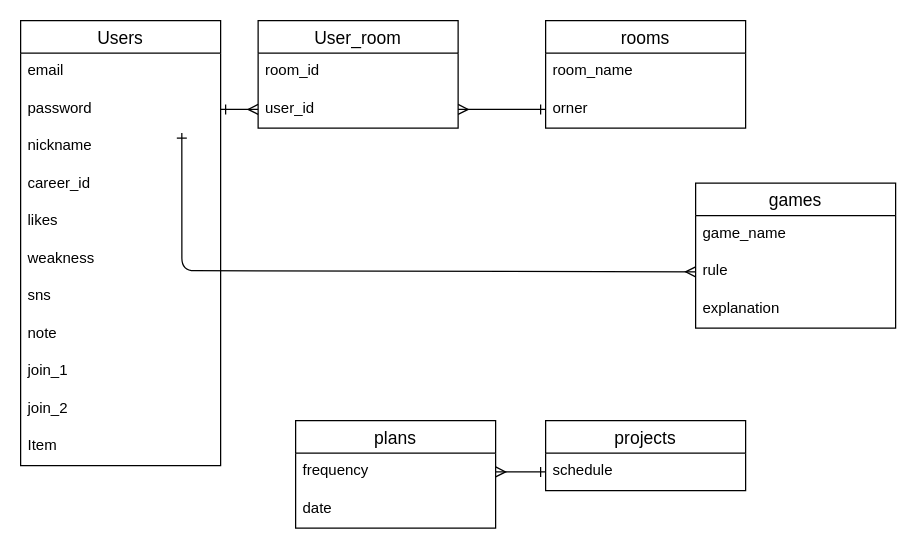
Toshiki-Ichi/bgcafe keeps this draw.io diagram as bgcafe.dio. Above is the earlier version. Source tidied: cells renumbered, new cells numbered last; positions are measured from the earlier drawing's top-left corner, leaving out a move shared by most shapes. Both pictures are drawn from the tidied source at 125%, with x=0, y=0 at pixel (20, 20).
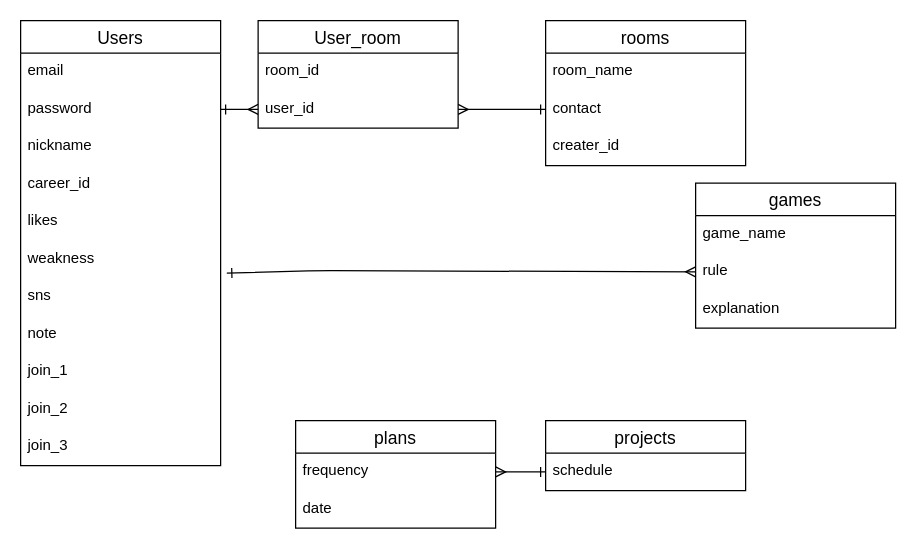
Above is the later version.

Unchanged cells that the change refers to:
```xml
<mxCell id="2" value="Users" style="swimlane;fontStyle=0;horizontal=1;startSize=26;align=center;fontSize=14;" parent="1" vertex="1">
  <mxGeometry width="160" height="356" as="geometry" />
</mxCell>
<mxCell id="4" value="password" style="text;strokeColor=none;fillColor=none;spacingLeft=4;spacingRight=4;overflow=hidden;points=[[0,0.5],[1,0.5]];portConstraint=eastwest;fontSize=12;" parent="2" vertex="1">
  <mxGeometry y="56" width="160" height="30" as="geometry" />
</mxCell>
<mxCell id="9" value="sns" style="text;strokeColor=none;fillColor=none;spacingLeft=4;spacingRight=4;overflow=hidden;points=[[0,0.5],[1,0.5]];portConstraint=eastwest;fontSize=12;" parent="2" vertex="1">
  <mxGeometry y="206" width="160" height="30" as="geometry" />
</mxCell>
<mxCell id="27" value="rule" style="text;strokeColor=none;fillColor=none;spacingLeft=4;spacingRight=4;overflow=hidden;points=[[0,0.5],[1,0.5]];portConstraint=eastwest;fontSize=12;" parent="25" vertex="1">
  <mxGeometry y="56" width="160" height="30" as="geometry" />
</mxCell>
```

Change to the diagram source:
```diff
@@
-    <mxCell id="13" value="Item" style="text;strokeColor=none;fillColor=none;spacingLeft=4;spacingRight=4;overflow=hidden;fontSize=12;" parent="2" vertex="1">
+    <mxCell id="13" value="join_3" style="text;strokeColor=none;fillColor=none;spacingLeft=4;spacingRight=4;overflow=hidden;fontSize=12;" parent="2" vertex="1">
       <mxGeometry y="326" width="160" height="30" as="geometry" />
     </mxCell>
@@
     <mxCell id="17" value="rooms" style="swimlane;fontStyle=0;horizontal=1;startSize=26;align=center;fontSize=14;" parent="1" vertex="1">
-      <mxGeometry x="420" width="160" height="86" as="geometry" />
+      <mxGeometry x="420" width="160" height="116" as="geometry" />
     </mxCell>
@@
-    <mxCell id="19" value="orner" style="text;strokeColor=none;fillColor=none;spacingLeft=4;spacingRight=4;overflow=hidden;points=[[0,0.5],[1,0.5]];portConstraint=eastwest;fontSize=12;" parent="17" vertex="1">
+    <mxCell id="19" value="contact" style="text;strokeColor=none;fillColor=none;spacingLeft=4;spacingRight=4;overflow=hidden;points=[[0,0.5],[1,0.5]];portConstraint=eastwest;fontSize=12;" parent="17" vertex="1">
       <mxGeometry y="56" width="160" height="30" as="geometry" />
     </mxCell>
+    <mxCell id="33" value="creater_id" style="text;strokeColor=none;fillColor=none;spacingLeft=4;spacingRight=4;overflow=hidden;fontSize=12;" parent="17" vertex="1">
+      <mxGeometry y="86" width="160" height="30" as="geometry" />
+    </mxCell>
@@
-    <mxCell id="32" style="edgeStyle=none;html=1;exitX=0;exitY=0.5;exitDx=0;exitDy=0;startArrow=ERmany;startFill=0;endArrow=ERone;endFill=0;entryX=0.806;entryY=1.133;entryDx=0;entryDy=0;entryPerimeter=0;" parent="1" edge="1" source="27" target="4">
+    <mxCell id="32" style="edgeStyle=none;html=1;exitX=0;exitY=0.5;exitDx=0;exitDy=0;startArrow=ERmany;startFill=0;endArrow=ERone;endFill=0;entryX=1.031;entryY=-0.133;entryDx=0;entryDy=0;entryPerimeter=0;" parent="1" edge="1" source="27" target="9">
       <mxGeometry relative="1" as="geometry">
         <Array as="points">
-          <mxPoint x="129" y="200" />
+          <mxPoint x="240" y="200" />
         </Array>
       </mxGeometry>
     </mxCell>
```
